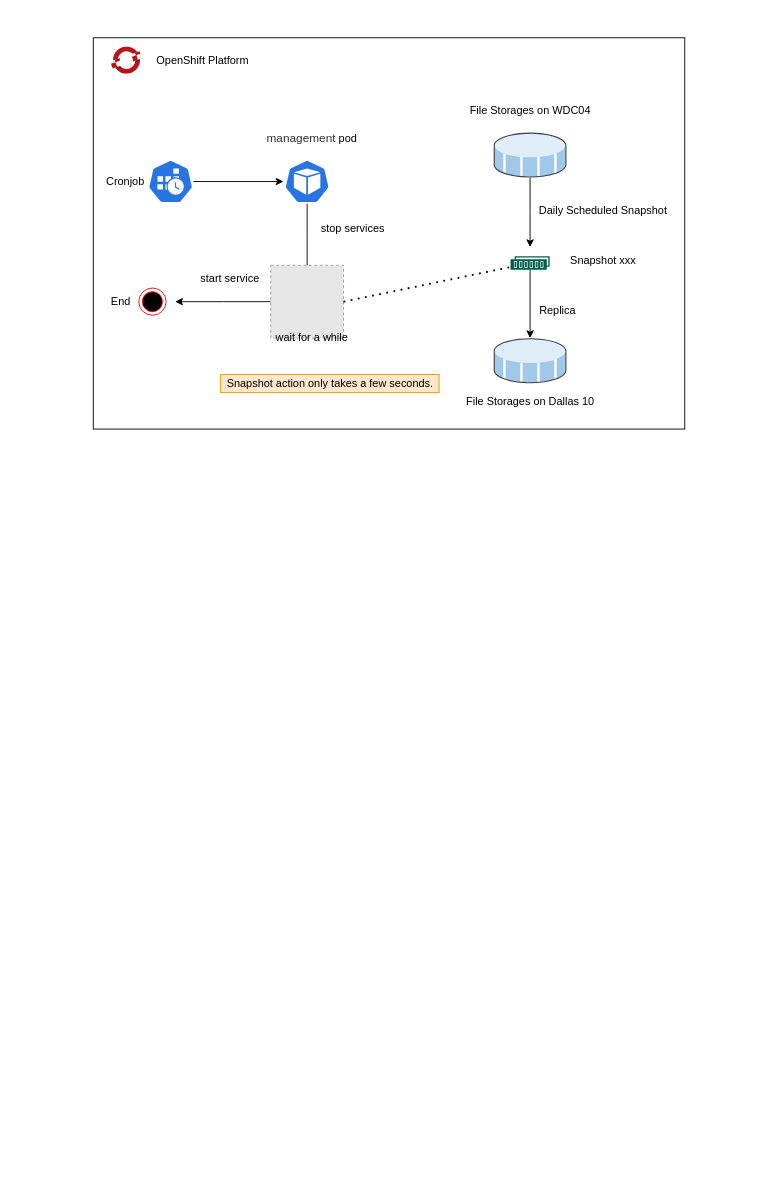
Before: backup/new backup.drawio in tanghu123/draw, a draw.io diagram. Source tidied: cells renumbered, new cells numbered last; positions are measured from the earlier drawing's top-left corner, leaving out a move shared by most shapes. Both pictures are drawn from the tidied source at 91%, with x=0, y=0 at pixel (93, 37). Pictures stored in the file or linked from it are replaced by grey dashed boxes.
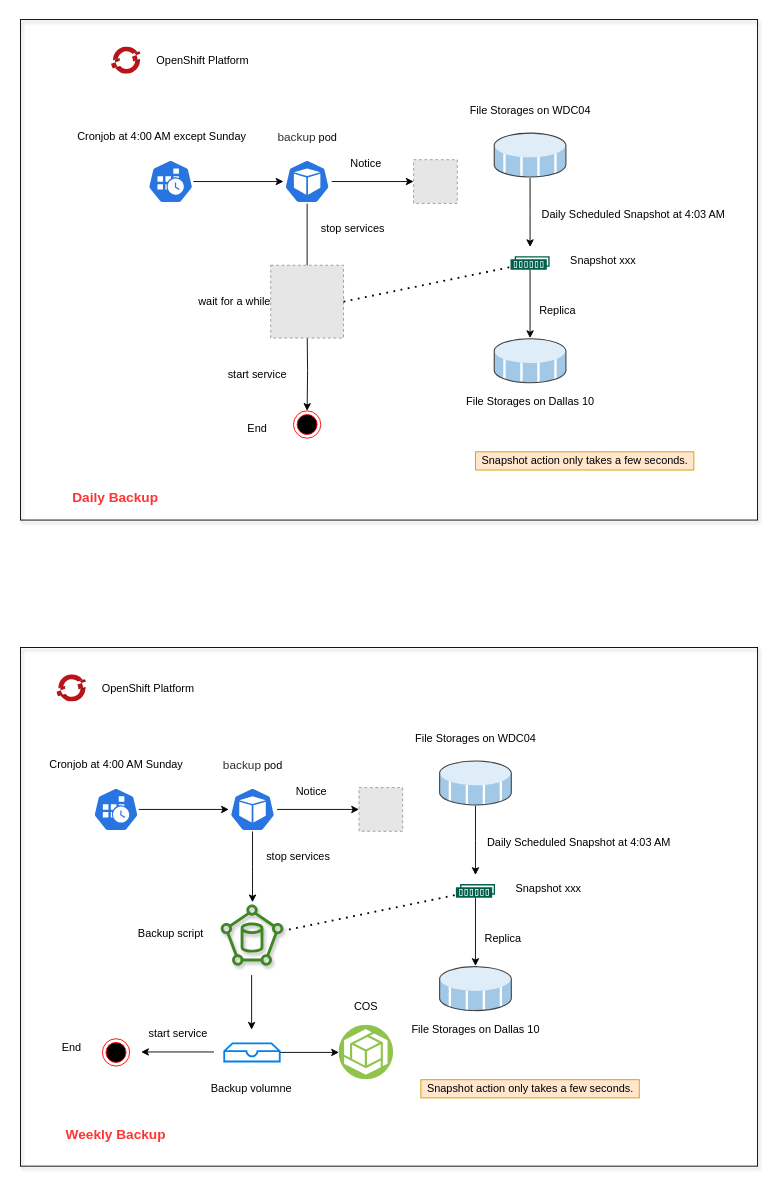
The same page after the edit.

Unchanged cells that the change refers to:
```xml
<mxCell id="9" style="sketch=0;html=1;dashed=0;whitespace=wrap;fillColor=#2875E2;strokeColor=#ffffff;points=[[0.005,0.63,0],[0.1,0.2,0],[0.9,0.2,0],[0.5,0,0],[0.995,0.63,0],[0.72,0.99,0],[0.5,1,0],[0.28,0.99,0]];shape=mxgraph.kubernetes.icon;prIcon=pod;" parent="1" vertex="1">
  <mxGeometry x="210" y="134" width="50" height="48" as="geometry" />
</mxCell>
<mxCell id="13" style="fillColor=#E6E6E6;strokeColor=#999999;dashed=1;html=1;verticalAlign=top;verticalLabelPosition=bottom;labelBackgroundColor=#ffffff;" parent="1" vertex="1">
  <mxGeometry x="195" y="250" width="80" height="80" as="geometry" />
</mxCell>
```

Diff of the diagram source:
```diff
@@
-    <mxCell id="7" value="Cronjob" style="text;html=1;align=center;verticalAlign=middle;strokeColor=none;fillColor=none;" parent="1" vertex="1">
-      <mxGeometry x="5" y="148" width="60" height="20" as="geometry" />
+    <mxCell id="7" value="Cronjob at 4:00 AM except Sunday" style="text;html=1;align=center;verticalAlign=middle;strokeColor=none;fillColor=none;" parent="1" vertex="1">
+      <mxGeometry x="-30" y="94" width="210" height="30" as="geometry" />
     </mxCell>
@@
-    <mxCell id="10" value="&lt;span style=&quot;caret-color: rgb(49, 49, 49); color: rgb(49, 49, 49); font-family: MacDictSTHeiti; font-size: 13px; text-align: left; text-size-adjust: auto;&quot;&gt;management&lt;/span&gt;&amp;nbsp;pod" style="text;html=1;align=center;verticalAlign=middle;strokeColor=none;fillColor=none;" parent="1" vertex="1">
-      <mxGeometry x="180" y="100" width="120" height="20" as="geometry" />
+    <mxCell id="10" value="&lt;div style=&quot;text-align: left;&quot;&gt;&lt;span style=&quot;background-color: initial;&quot;&gt;&lt;font face=&quot;MacDictSTHeiti&quot; color=&quot;#313131&quot;&gt;&lt;span style=&quot;font-size: 13px; caret-color: rgb(49, 49, 49);&quot;&gt;backup&lt;/span&gt;&lt;/font&gt; pod&lt;/span&gt;&lt;/div&gt;" style="text;html=1;align=center;verticalAlign=middle;strokeColor=none;fillColor=none;" parent="1" vertex="1">
+      <mxGeometry x="190" y="94" width="90" height="30" as="geometry" />
     </mxCell>
@@
-    <mxCell id="12" style="edgeStyle=orthogonalEdgeStyle;rounded=0;jettySize=auto;html=1;" parent="1" edge="1" source="13">
+    <mxCell id="12" style="edgeStyle=orthogonalEdgeStyle;rounded=0;jettySize=auto;html=1;entryX=0.5;entryY=0;entryDx=0;entryDy=0;" parent="1" edge="1" target="14">
       <mxGeometry relative="1" as="geometry">
-        <mxPoint x="90" y="290" as="targetPoint" />
+        <mxPoint x="235" y="320" as="sourcePoint" />
       </mxGeometry>
     </mxCell>
@@
     <mxCell id="14" style="ellipse;html=1;shape=endState;fillColor=#000000;strokeColor=#ff0000;" parent="1" vertex="1">
-      <mxGeometry x="50" y="275" width="30" height="30" as="geometry" />
+      <mxGeometry x="220" y="410" width="30" height="30" as="geometry" />
     </mxCell>
     <mxCell id="15" value="End" style="text;html=1;align=center;verticalAlign=middle;strokeColor=none;fillColor=none;" parent="1" vertex="1">
-      <mxGeometry x="10" y="280" width="40" height="20" as="geometry" />
+      <mxGeometry x="160" y="420" width="40" height="20" as="geometry" />
     </mxCell>
     <mxCell id="16" value="wait for a while" style="text;html=1;align=center;verticalAlign=middle;strokeColor=none;fillColor=none;" parent="1" vertex="1">
-      <mxGeometry x="195" y="320" width="90" height="20" as="geometry" />
+      <mxGeometry x="110" y="280" width="90" height="20" as="geometry" />
     </mxCell>
@@
-    <mxCell id="19" value="Daily Scheduled Snapshot" style="text;html=1;align=center;verticalAlign=middle;strokeColor=none;fillColor=none;" parent="1" vertex="1">
-      <mxGeometry x="480" y="180" width="160" height="20" as="geometry" />
+    <mxCell id="19" value="Daily Scheduled Snapshot at 4:03 AM&amp;nbsp;" style="text;html=1;align=center;verticalAlign=middle;strokeColor=none;fillColor=none;" parent="1" vertex="1">
+      <mxGeometry x="480" y="180" width="230" height="30" as="geometry" />
     </mxCell>
@@
     <mxCell id="26" value="start service" style="text;html=1;align=center;verticalAlign=middle;strokeColor=none;fillColor=none;" parent="1" vertex="1">
-      <mxGeometry x="110" y="255" width="80" height="20" as="geometry" />
+      <mxGeometry x="140" y="360" width="80" height="20" as="geometry" />
     </mxCell>
@@
-    <mxCell id="28" style="rounded=0;whiteSpace=wrap;html=1;fillColor=none;" parent="1" vertex="1">
-      <mxGeometry width="650" height="430" as="geometry" />
-    </mxCell>
     <mxCell id="29" value="Snapshot action only takes a few seconds." style="text;html=1;align=center;verticalAlign=middle;strokeColor=#d79b00;fillColor=#ffe6cc;" parent="1" vertex="1">
-      <mxGeometry x="140" y="370" width="240" height="20" as="geometry" />
+      <mxGeometry x="420" y="455" width="240" height="20" as="geometry" />
     </mxCell>
+    <mxCell id="30" value="&lt;font color=&quot;#ff3333&quot; style=&quot;font-size: 15px;&quot;&gt;Daily Backup&lt;/font&gt;" style="text;html=1;strokeColor=none;fillColor=none;align=center;verticalAlign=middle;whiteSpace=wrap;rounded=0;fontSize=15;fontStyle=1;" parent="1" vertex="1">
+      <mxGeometry x="-29.7" y="490" width="109.4" height="30" as="geometry" />
+    </mxCell>
+    <mxCell id="31" style="fillColor=#E6E6E6;strokeColor=#999999;dashed=1;html=1;verticalAlign=top;verticalLabelPosition=bottom;labelBackgroundColor=#ffffff;fontColor=#FF3333;" parent="1" vertex="1">
+      <mxGeometry x="352" y="134" width="48" height="48" as="geometry" />
+    </mxCell>
+    <mxCell id="32" style="endArrow=classic;html=1;rounded=0;fontColor=#000000;entryX=0;entryY=0.5;entryDx=0;entryDy=0;exitX=1.04;exitY=0.5;exitDx=0;exitDy=0;exitPerimeter=0;" parent="1" edge="1" source="9" target="31">
+      <mxGeometry relative="1" as="geometry" />
+    </mxCell>
+    <mxCell id="33" value="Notice" style="text;html=1;strokeColor=none;fillColor=none;align=center;verticalAlign=middle;whiteSpace=wrap;rounded=0;fontColor=#000000;" parent="1" vertex="1">
+      <mxGeometry x="270" y="124" width="60" height="30" as="geometry" />
+    </mxCell>
+    <mxCell id="34" style="edgeStyle=orthogonalEdgeStyle;rounded=0;jettySize=auto;html=1;" parent="1" edge="1" source="35">
+      <mxGeometry relative="1" as="geometry">
+        <mxPoint x="420" y="920" as="targetPoint" />
+      </mxGeometry>
+    </mxCell>
+    <mxCell id="35" style="shadow=0;dashed=0;html=1;labelPosition=center;verticalLabelPosition=bottom;verticalAlign=top;align=center;outlineConnect=0;shape=mxgraph.veeam.3d.datastore_snapshot;" parent="1" vertex="1">
+      <mxGeometry x="380" y="794" width="80" height="50" as="geometry" />
+    </mxCell>
+    <mxCell id="36" value="File Storages on WDC04" style="text;html=1;align=center;verticalAlign=middle;strokeColor=none;fillColor=none;" parent="1" vertex="1">
+      <mxGeometry x="345" y="760" width="150" height="20" as="geometry" />
+    </mxCell>
+    <mxCell id="37" style="edgeStyle=orthogonalEdgeStyle;rounded=0;jettySize=auto;html=1;entryX=-0.02;entryY=0.5;entryDx=0;entryDy=0;entryPerimeter=0;" parent="1" edge="1" source="38" target="40">
+      <mxGeometry relative="1" as="geometry" />
+    </mxCell>
+    <mxCell id="38" style="sketch=0;html=1;dashed=0;whitespace=wrap;fillColor=#2875E2;strokeColor=#ffffff;points=[[0.005,0.63,0],[0.1,0.2,0],[0.9,0.2,0],[0.5,0,0],[0.995,0.63,0],[0.72,0.99,0],[0.5,1,0],[0.28,0.99,0]];shape=mxgraph.kubernetes.icon;prIcon=cronjob;" parent="1" vertex="1">
+      <mxGeometry y="824" width="50" height="48" as="geometry" />
+    </mxCell>
+    <mxCell id="39" style="edgeStyle=orthogonalEdgeStyle;rounded=0;jettySize=auto;html=1;" parent="1" edge="1" source="40">
+      <mxGeometry relative="1" as="geometry">
+        <mxPoint x="175" y="950" as="targetPoint" />
+      </mxGeometry>
+    </mxCell>
+    <mxCell id="40" style="sketch=0;html=1;dashed=0;whitespace=wrap;fillColor=#2875E2;strokeColor=#ffffff;points=[[0.005,0.63,0],[0.1,0.2,0],[0.9,0.2,0],[0.5,0,0],[0.995,0.63,0],[0.72,0.99,0],[0.5,1,0],[0.28,0.99,0]];shape=mxgraph.kubernetes.icon;prIcon=pod;" parent="1" vertex="1">
+      <mxGeometry x="150" y="824" width="50" height="48" as="geometry" />
+    </mxCell>
+    <mxCell id="41" value="&lt;div style=&quot;text-align: left;&quot;&gt;&lt;span style=&quot;background-color: initial;&quot;&gt;&lt;font face=&quot;MacDictSTHeiti&quot; color=&quot;#313131&quot;&gt;&lt;span style=&quot;font-size: 13px; caret-color: rgb(49, 49, 49);&quot;&gt;backup&lt;/span&gt;&lt;/font&gt; pod&lt;/span&gt;&lt;/div&gt;" style="text;html=1;align=center;verticalAlign=middle;strokeColor=none;fillColor=none;" parent="1" vertex="1">
+      <mxGeometry x="130" y="784" width="90" height="30" as="geometry" />
+    </mxCell>
+    <mxCell id="42" value="stop services" style="text;html=1;align=center;verticalAlign=middle;strokeColor=none;fillColor=none;" parent="1" vertex="1">
+      <mxGeometry x="180" y="890" width="90" height="20" as="geometry" />
+    </mxCell>
+    <mxCell id="43" style="ellipse;html=1;shape=endState;fillColor=#000000;strokeColor=#ff0000;" parent="1" vertex="1">
+      <mxGeometry x="10" y="1100" width="30" height="30" as="geometry" />
+    </mxCell>
+    <mxCell id="44" value="End" style="text;html=1;align=center;verticalAlign=middle;strokeColor=none;fillColor=none;" parent="1" vertex="1">
+      <mxGeometry x="-43.7" y="1100" width="40" height="20" as="geometry" />
+    </mxCell>
+    <mxCell id="45" value="Backup script" style="text;html=1;align=center;verticalAlign=middle;strokeColor=none;fillColor=none;" parent="1" vertex="1">
+      <mxGeometry x="35" y="970" width="100" height="30" as="geometry" />
+    </mxCell>
+    <mxCell id="46" style="edgeStyle=orthogonalEdgeStyle;rounded=0;jettySize=auto;html=1;" parent="1" edge="1" source="47" target="49">
+      <mxGeometry relative="1" as="geometry" />
+    </mxCell>
+    <mxCell id="47" style="sketch=0;shadow=0;dashed=0;html=1;strokeColor=none;fillColor=#005F4B;labelPosition=center;verticalLabelPosition=bottom;verticalAlign=top;align=center;outlineConnect=0;shape=mxgraph.veeam2.storage_with_snapshot;" parent="1" vertex="1">
+      <mxGeometry x="398.5" y="930" width="43" height="15" as="geometry" />
+    </mxCell>
+    <mxCell id="48" value="Daily Scheduled Snapshot at 4:03 AM&amp;nbsp;" style="text;html=1;align=center;verticalAlign=middle;strokeColor=none;fillColor=none;" parent="1" vertex="1">
+      <mxGeometry x="420" y="870" width="230" height="30" as="geometry" />
+    </mxCell>
+    <mxCell id="49" style="shadow=0;dashed=0;html=1;labelPosition=center;verticalLabelPosition=bottom;verticalAlign=top;align=center;outlineConnect=0;shape=mxgraph.veeam.3d.datastore_snapshot;" parent="1" vertex="1">
+      <mxGeometry x="380" y="1020" width="80" height="50" as="geometry" />
+    </mxCell>
+    <mxCell id="50" value="File Storages on Dallas 10" style="text;html=1;align=center;verticalAlign=middle;strokeColor=none;fillColor=none;" parent="1" vertex="1">
+      <mxGeometry x="340" y="1080" width="160" height="20" as="geometry" />
+    </mxCell>
+    <mxCell id="51" value="Replica" style="text;html=1;align=center;verticalAlign=middle;strokeColor=none;fillColor=none;" parent="1" vertex="1">
+      <mxGeometry x="420" y="980" width="60" height="20" as="geometry" />
+    </mxCell>
+    <mxCell id="52" style="endArrow=none;dashed=1;html=1;dashPattern=1 3;strokeWidth=2;rounded=0;exitX=1;exitY=0.5;exitDx=0;exitDy=0;" parent="1" edge="1" target="47">
+      <mxGeometry relative="1" as="geometry">
+        <mxPoint x="215" y="980" as="sourcePoint" />
+      </mxGeometry>
+    </mxCell>
+    <mxCell id="53" style="sketch=0;html=1;align=center;image;fontSize=12;image=img/lib/mscae/OpenShift.svg;" parent="1" vertex="1">
+      <mxGeometry x="-40" y="700" width="32.6" height="30" as="geometry" />
+    </mxCell>
+    <mxCell id="54" value="OpenShift Platform" style="text;html=1;align=center;verticalAlign=middle;strokeColor=none;fillColor=none;" parent="1" vertex="1">
+      <mxGeometry y="705" width="120" height="20" as="geometry" />
+    </mxCell>
+    <mxCell id="55" value="start service" style="text;html=1;align=center;verticalAlign=middle;strokeColor=none;fillColor=none;" parent="1" vertex="1">
+      <mxGeometry x="52.6" y="1085" width="80" height="20" as="geometry" />
+    </mxCell>
+    <mxCell id="56" value="Snapshot xxx" style="text;html=1;align=center;verticalAlign=middle;strokeColor=none;fillColor=none;" parent="1" vertex="1">
+      <mxGeometry x="455" y="925" width="90" height="20" as="geometry" />
+    </mxCell>
+    <mxCell id="57" value="Snapshot action only takes a few seconds." style="text;html=1;align=center;verticalAlign=middle;strokeColor=#d79b00;fillColor=#ffe6cc;" parent="1" vertex="1">
+      <mxGeometry x="360" y="1145" width="240" height="20" as="geometry" />
+    </mxCell>
+    <mxCell id="58" value="&lt;font color=&quot;#ff3333&quot; style=&quot;font-size: 15px;&quot;&gt;Weekly Backup&lt;/font&gt;" style="text;html=1;strokeColor=none;fillColor=none;align=center;verticalAlign=middle;whiteSpace=wrap;rounded=0;fontSize=15;fontStyle=1;" parent="1" vertex="1">
+      <mxGeometry x="-85" y="1190" width="220" height="30" as="geometry" />
+    </mxCell>
+    <mxCell id="59" style="fillColor=#E6E6E6;strokeColor=#999999;dashed=1;html=1;verticalAlign=top;verticalLabelPosition=bottom;labelBackgroundColor=#ffffff;fontColor=#FF3333;" parent="1" vertex="1">
+      <mxGeometry x="292" y="824" width="48" height="48" as="geometry" />
+    </mxCell>
+    <mxCell id="60" style="endArrow=classic;html=1;rounded=0;fontColor=#000000;entryX=0;entryY=0.5;entryDx=0;entryDy=0;exitX=1.04;exitY=0.5;exitDx=0;exitDy=0;exitPerimeter=0;" parent="1" edge="1" source="40" target="59">
+      <mxGeometry relative="1" as="geometry" />
+    </mxCell>
+    <mxCell id="61" value="Notice" style="text;html=1;strokeColor=none;fillColor=none;align=center;verticalAlign=middle;whiteSpace=wrap;rounded=0;fontColor=#000000;" parent="1" vertex="1">
+      <mxGeometry x="210" y="814" width="60" height="30" as="geometry" />
+    </mxCell>
+    <mxCell id="62" value="Cronjob at 4:00 AM Sunday" style="text;html=1;align=center;verticalAlign=middle;strokeColor=none;fillColor=none;" parent="1" vertex="1">
+      <mxGeometry x="-60" y="784" width="170" height="30" as="geometry" />
+    </mxCell>
+    <mxCell id="63" style="sketch=0;fontColor=#232F3E;gradientColor=none;fillColor=#3F8624;strokeColor=none;dashed=0;verticalLabelPosition=bottom;verticalAlign=top;align=center;html=1;fontSize=12;fontStyle=0;shape=mxgraph.aws4.backup_database;shadow=1;" parent="1" vertex="1">
+      <mxGeometry x="140" y="952" width="68.9" height="68" as="geometry" />
+    </mxCell>
+    <mxCell id="64" style="edgeStyle=orthogonalEdgeStyle;rounded=0;jettySize=auto;html=1;fontSize=15;fontColor=#000000;entryX=0;entryY=0.5;entryDx=0;entryDy=0;" parent="1" edge="1" source="65" target="66">
+      <mxGeometry relative="1" as="geometry" />
+    </mxCell>
+    <mxCell id="65" style="html=1;verticalLabelPosition=bottom;align=center;labelBackgroundColor=#ffffff;verticalAlign=top;strokeWidth=2;strokeColor=#0080F0;shadow=0;dashed=0;shape=mxgraph.ios7.icons.storage;fontSize=15;fontColor=#000000;fillColor=none;" parent="1" vertex="1">
+      <mxGeometry x="143.9" y="1105" width="61" height="20" as="geometry" />
+    </mxCell>
+    <mxCell id="66" style="perimeter=ellipsePerimeter;html=1;align=center;shadow=0;dashed=0;fontColor=#4277BB;labelBackgroundColor=#ffffff;fontSize=12;spacingTop=3;image;image=img/lib/ibm/vpc/ObjectStorage.svg;fillColor=none;" parent="1" vertex="1">
+      <mxGeometry x="270" y="1085" width="60" height="60" as="geometry" />
+    </mxCell>
+    <mxCell id="67" style="endArrow=classic;html=1;rounded=0;fontSize=15;fontColor=#000000;" parent="1" edge="1">
+      <mxGeometry relative="1" as="geometry">
+        <mxPoint x="174" y="1030" as="sourcePoint" />
+        <mxPoint x="174" y="1090" as="targetPoint" />
+      </mxGeometry>
+    </mxCell>
+    <mxCell id="68" style="endArrow=classic;html=1;rounded=0;fontSize=15;fontColor=#000000;" parent="1" edge="1">
+      <mxGeometry relative="1" as="geometry">
+        <mxPoint x="132.6" y="1114.5" as="sourcePoint" />
+        <mxPoint x="52.6" y="1114.5" as="targetPoint" />
+      </mxGeometry>
+    </mxCell>
+    <mxCell id="69" value="Backup volumne" style="text;html=1;strokeColor=none;fillColor=none;align=center;verticalAlign=middle;whiteSpace=wrap;rounded=0;shadow=1;fontSize=12;fontColor=#000000;" parent="1" vertex="1">
+      <mxGeometry x="119.4" y="1140" width="110" height="30" as="geometry" />
+    </mxCell>
+    <mxCell id="70" value="COS" style="text;html=1;strokeColor=none;fillColor=none;align=center;verticalAlign=middle;whiteSpace=wrap;rounded=0;shadow=1;fontSize=12;fontColor=#000000;" parent="1" vertex="1">
+      <mxGeometry x="270" y="1050" width="60" height="30" as="geometry" />
+    </mxCell>
+    <mxCell id="71" style="rounded=0;whiteSpace=wrap;html=1;shadow=1;fontSize=12;fontColor=#000000;fillColor=none;" parent="1" vertex="1">
+      <mxGeometry x="-80" y="670" width="810" height="570" as="geometry" />
+    </mxCell>
+    <mxCell id="72" style="rounded=0;whiteSpace=wrap;html=1;shadow=1;fontSize=12;fontColor=#000000;fillColor=none;" parent="1" vertex="1">
+      <mxGeometry x="-80" y="-20" width="810" height="550" as="geometry" />
+    </mxCell>
```
